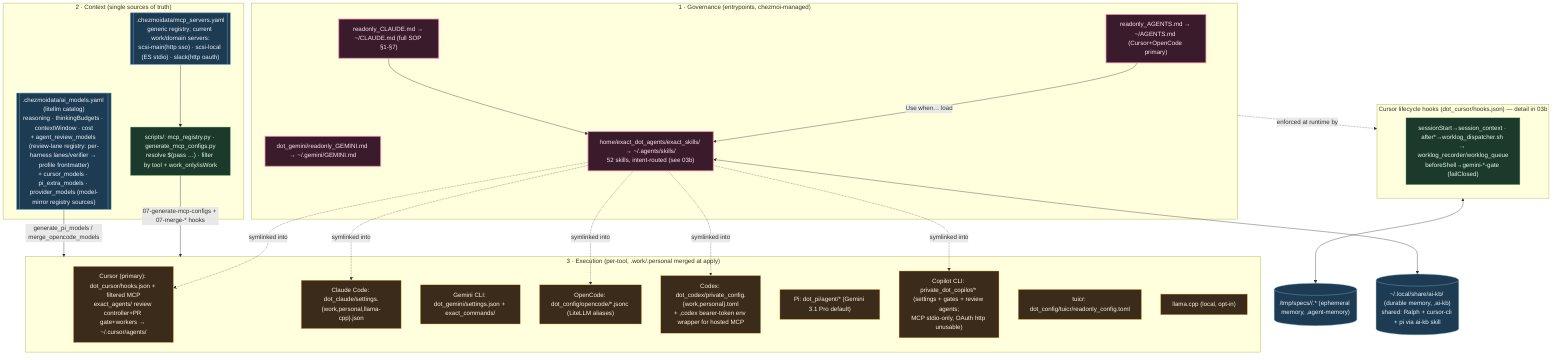
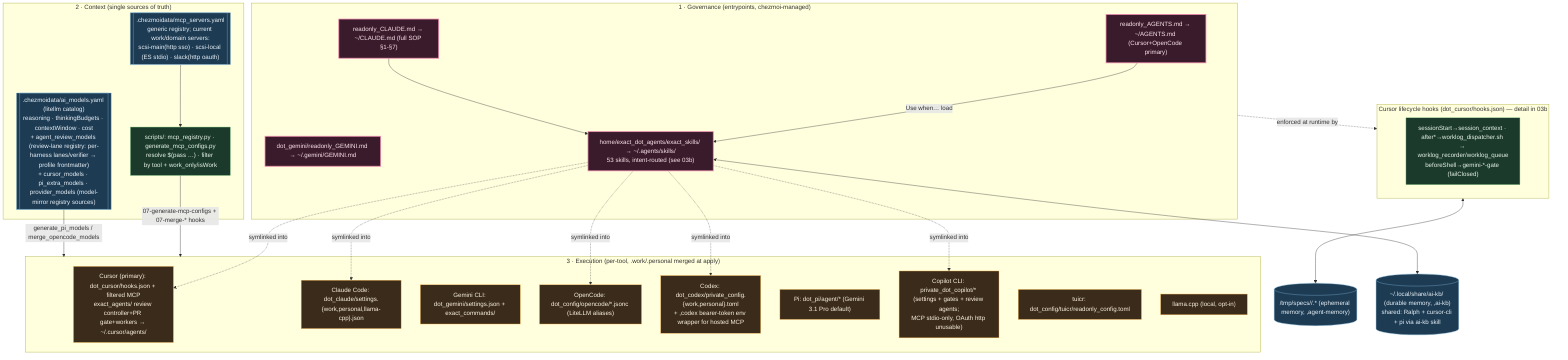
%% ============================================================================
%% 03-agentic-os.mmd — Agentic OS: governance + context + execution layers.
%% Entry SOPs + MCP/model registries + per-tool config generation.
%% Skills/hooks file-level detail → 03b. Per-tool config files → 12.
%% ============================================================================
flowchart TB
    classDef gov fill:#3a1b2b,stroke:#f48fb1,color:#fce4ec,stroke-width:2px;
    classDef ctx fill:#1b3a2b,stroke:#81c784,color:#e8f5e9;
    classDef exec fill:#3a2b1b,stroke:#ffb74d,color:#fff3e0;
    classDef data fill:#1d3b53,stroke:#7fb3d5,color:#eaf2f8;

    subgraph GOV["1 · Governance (entrypoints, chezmoi-managed)"]
        AG["readonly_AGENTS.md → ~/AGENTS.md (Cursor+OpenCode primary)"]:::gov
        CL["readonly_CLAUDE.md → ~/CLAUDE.md (full SOP §1-§7)"]:::gov
        GM["dot_gemini/readonly_GEMINI.md → ~/.gemini/GEMINI.md"]:::gov
-         SK["home/exact_dot_agents/exact_skills/ → ~/.agents/skills/<br/>52 skills, intent-routed (see 03b)"]:::gov
+         SK["home/exact_dot_agents/exact_skills/ → ~/.agents/skills/<br/>53 skills, intent-routed (see 03b)"]:::gov
        AG -->|Use when… load| SK
        CL --> SK
    end

    subgraph CTX["2 · Context (single sources of truth)"]
        REG[[".chezmoidata/mcp_servers.yaml<br/>generic registry; current work/domain servers:<br/>scsi-main(http sso) · scsi-local (ES stdio) · slack(http oauth)"]]:::data
        MODELS[[".chezmoidata/ai_models.yaml (litellm catalog)<br/>reasoning · thinkingBudgets · contextWindow · cost<br/>+ agent_review_models (review-lane registry: per-harness lanes/verifier → profile frontmatter)<br/>+ cursor_models · pi_extra_models · provider_models (model-mirror registry sources)"]]:::data
        GEN["scripts/: mcp_registry.py · generate_mcp_configs.py<br/>resolve $(pass …) · filter by tool + work_only/isWork"]:::ctx
        REG --> GEN
    end

    subgraph EXECL["3 · Execution (per-tool, .work/.personal merged at apply)"]
        CURSOR["Cursor (primary): dot_cursor/hooks.json + filtered MCP<br/>exact_agents/ review controller+PR gate+workers → ~/.cursor/agents/"]:::exec
        CLAUDE["Claude Code: dot_claude/settings.{work,personal,llama-cpp}.json"]:::exec
        GEMINI["Gemini CLI: dot_gemini/settings.json + exact_commands/"]:::exec
        OPENCODE["OpenCode: dot_config/opencode/*.jsonc (LiteLLM aliases)"]:::exec
        CODEX["Codex: dot_codex/private_config.{work,personal}.toml<br/>+ ,codex bearer-token env wrapper for hosted MCP"]:::exec
        PI["Pi: dot_pi/agent/* (Gemini 3.1 Pro default)"]:::exec
        COPILOT["Copilot CLI: private_dot_copilot/* (settings + gates + review agents;<br/>MCP stdio-only, OAuth http unusable)"]:::exec
        TUICR["tuicr: dot_config/tuicr/readonly_config.toml"]:::exec
        LOCAL["llama.cpp (local, opt-in)"]:::exec
    end

    GEN -->|07-generate-mcp-configs + 07-merge-* hooks| EXECL
    MODELS -->|generate_pi_models / merge_opencode_models| EXECL
    SK -. symlinked into .-> CURSOR & CLAUDE & OPENCODE & CODEX & COPILOT

    subgraph HOOKS["Cursor lifecycle hooks (dot_cursor/hooks.json) — detail in 03b"]
        H["sessionStart→session_context · after*→worklog_dispatcher.sh → worklog_recorder/worklog_queue<br/>beforeShell→gemini-*-gate (failClosed)"]:::ctx
    end
    GOV -.enforced at runtime by.-> HOOKS
    MEM[("/tmp/specs/<pwd>/<topic>.* (ephemeral memory, ,agent-memory)")]:::data
    HOOKS <--> MEM
    KBDB[("~/.local/share/ai-kb/ (durable memory, ,ai-kb)<br/>shared: Ralph + cursor-cli + pi via ai-kb skill")]:::data
    SK <--> KBDB
